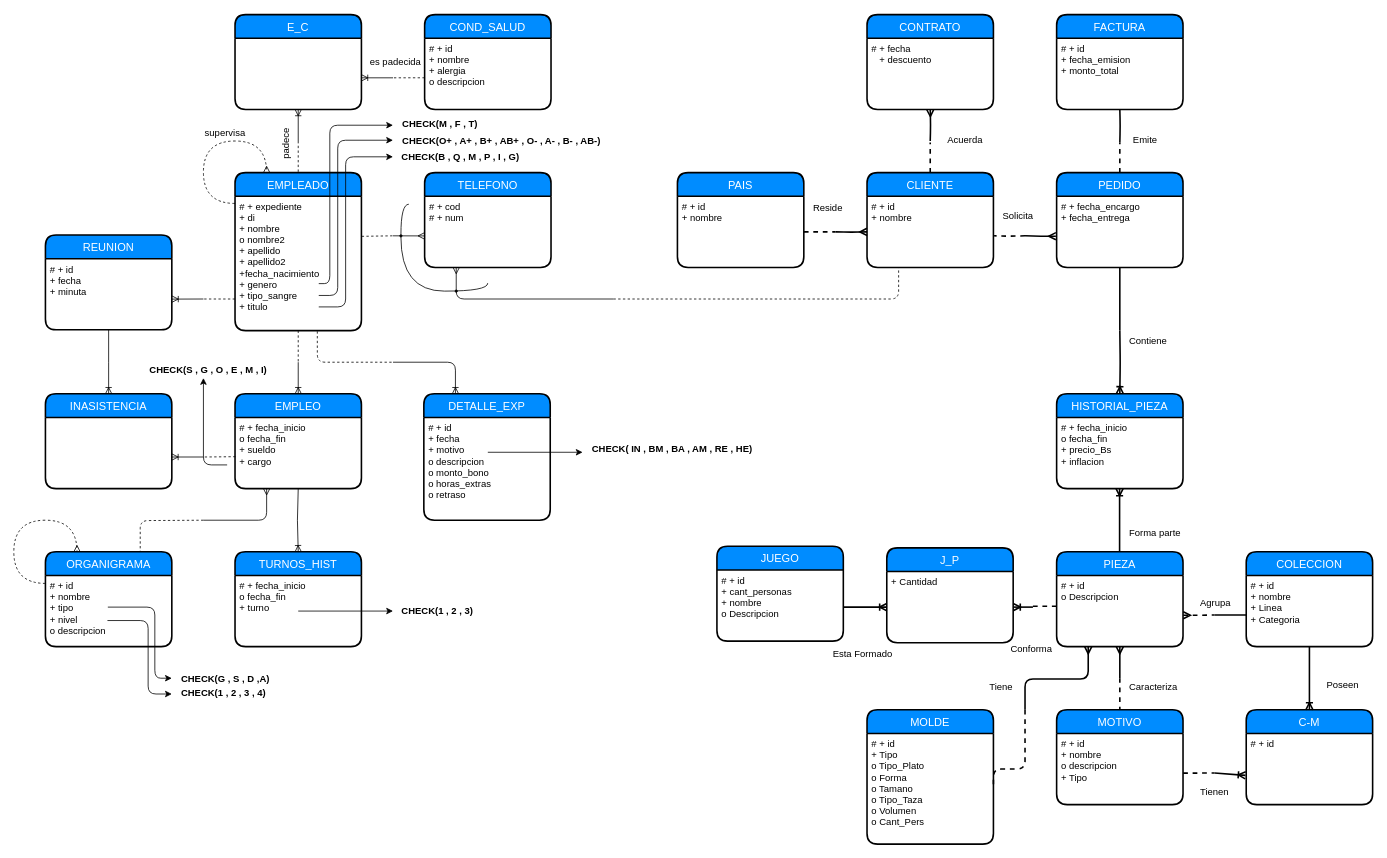
The draw.io diagram Documentos/Rubrica1/MER.drawio in gctv01/BD1Project2019, before the edit. Source tidied: cells renumbered, new cells numbered last; positions are measured from the earlier drawing's top-left corner, leaving out a move shared by most shapes. Both pictures are drawn from the tidied source at 79%, with x=0, y=0 at pixel (13, 14).
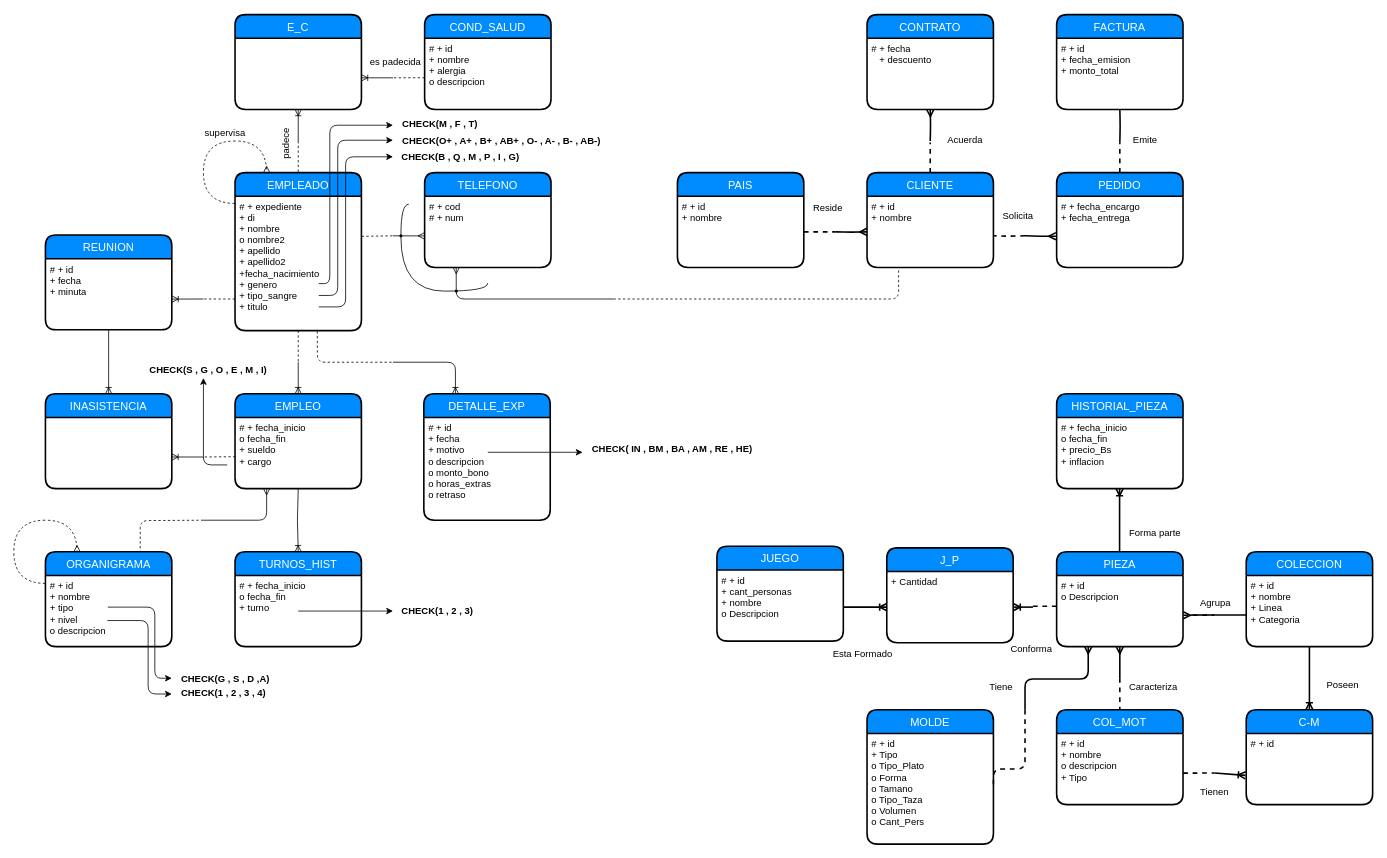
The same diagram, later.

Commit message:
Catalogo Corregido

The change refers to these unchanged cells:
```xml
<mxCell id="16" value="# + fecha_encargo&#10;+ fecha_entrega&#10;" style="align=left;strokeColor=none;fillColor=none;spacingLeft=4;fontSize=12;verticalAlign=top;" parent="15" vertex="1">
  <mxGeometry y="30" width="160" height="90" as="geometry" />
</mxCell>
<mxCell id="31" value="HISTORIAL_PIEZA" style="swimlane;horizontal=1;startSize=30;fillColor=#008cff;fontColor=#FFFFFF;rounded=1;fontSize=14;fontStyle=0;strokeWidth=2;shadow=0;dashed=0;align=center;" parent="1" vertex="1">
  <mxGeometry x="1320" y="480" width="160" height="120" as="geometry" />
</mxCell>
```

Diff of the diagram source:
```diff
@@
-    <mxCell id="23" style="edgeStyle=orthogonalEdgeStyle;fontSize=12;html=1;endArrow=none;startArrow=none;startFill=0;endFill=0;exitX=0.5;exitY=1;exitDx=0;exitDy=0;strokeWidth=2;" parent="1" edge="1" source="16">
-      <mxGeometry relative="1" as="geometry">
-        <mxPoint x="1400" y="400" as="targetPoint" />
-        <Array as="points">
-          <mxPoint x="1400" y="400" />
-        </Array>
-      </mxGeometry>
-    </mxCell>
-    <mxCell id="24" style="edgeStyle=orthogonalEdgeStyle;fontSize=12;html=1;endArrow=ERoneToMany;startArrow=none;startFill=0;endFill=0;entryX=0.5;entryY=0;entryDx=0;entryDy=0;strokeWidth=2;" parent="1" edge="1" target="31">
-      <mxGeometry relative="1" as="geometry">
-        <mxPoint x="1400" y="400" as="sourcePoint" />
-      </mxGeometry>
-    </mxCell>
@@
-    <mxCell id="33" value="MOTIVO" style="swimlane;horizontal=1;startSize=30;fillColor=#008cff;fontColor=#FFFFFF;rounded=1;fontSize=14;fontStyle=0;strokeWidth=2;shadow=0;dashed=0;align=center;" parent="1" vertex="1">
+    <mxCell id="33" value="COL_MOT" style="swimlane;horizontal=1;startSize=30;fillColor=#008cff;fontColor=#FFFFFF;rounded=1;fontSize=14;fontStyle=0;strokeWidth=2;shadow=0;dashed=0;align=center;" parent="1" vertex="1">
       <mxGeometry x="1320" y="880" width="160" height="120" as="geometry" />
     </mxCell>
@@
-    <mxCell id="43" value="Contiene" style="text;html=1;align=left;verticalAlign=top;spacingTop=-4;" parent="1" vertex="1">
-      <mxGeometry x="1410" y="404" width="60" height="20" as="geometry" />
-    </mxCell>
@@
+    <mxCell id="130" style="endArrow=none;html=1;strokeWidth=2;" parent="1" edge="1">
+      <mxGeometry relative="1" as="geometry">
+        <mxPoint x="1490" y="760" as="sourcePoint" />
+        <mxPoint x="1520" y="760" as="targetPoint" />
+      </mxGeometry>
+    </mxCell>
```
